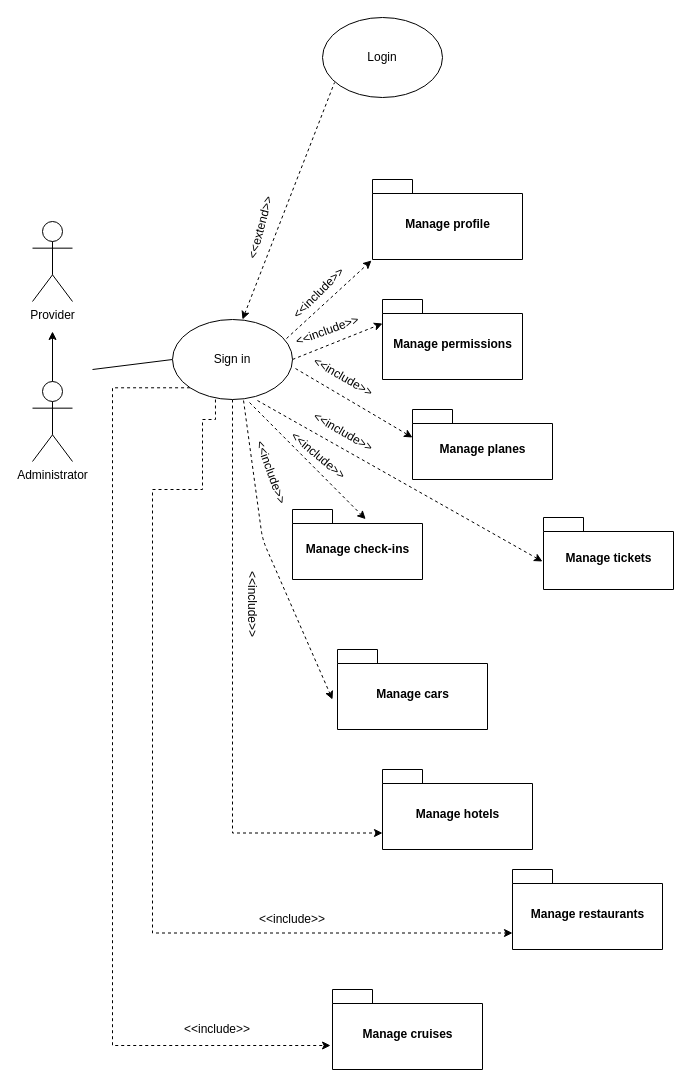
The draw.io diagram Vacanze use cases.drawio in NeutronBlast/IS-Ex, before the edit. Source tidied: cells renumbered, new cells numbered last; positions are measured from the earlier drawing's top-left corner, leaving out a move shared by most shapes. Both pictures are drawn from the tidied source at 100%, with x=0, y=0 at pixel (32, 17).
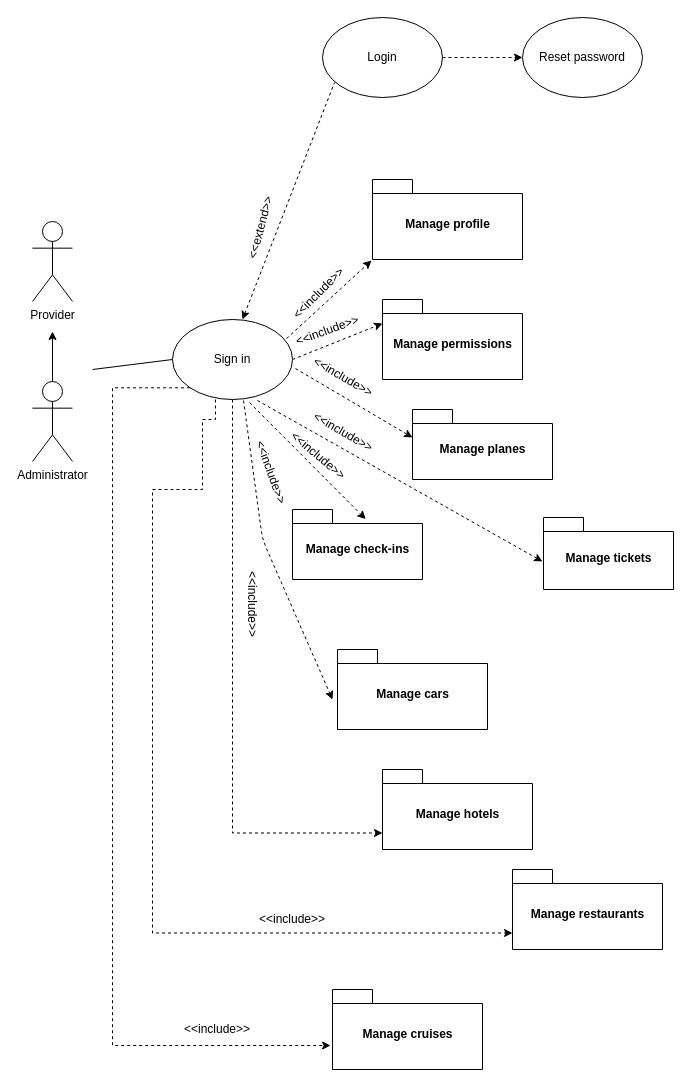
Above is the later version.

Unchanged cells that the change refers to:
```xml
<mxCell id="14" value="Login" style="ellipse;whiteSpace=wrap;html=1;" parent="1" vertex="1">
  <mxGeometry x="290" width="120" height="80" as="geometry" />
</mxCell>
```

The edit, as a diff of the source:
```diff
@@
+    <mxCell id="39" style="edgeStyle=orthogonalEdgeStyle;rounded=0;jettySize=auto;html=1;dashed=1;" parent="1" edge="1" source="14" target="40">
+      <mxGeometry relative="1" as="geometry" />
+    </mxCell>
@@
+    <mxCell id="40" value="Reset password" style="ellipse;whiteSpace=wrap;html=1;" parent="1" vertex="1">
+      <mxGeometry x="490" width="120" height="80" as="geometry" />
+    </mxCell>
```
